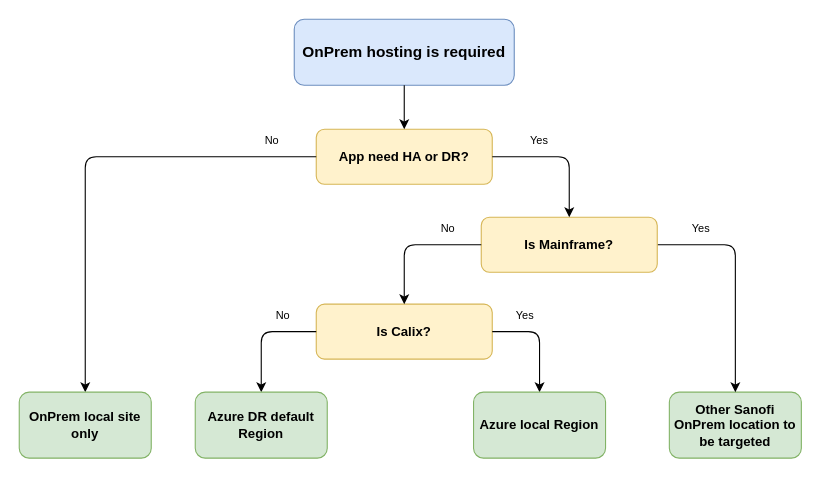
Above: page "ADC" (3 of 3) of DR-DecisionTree.drawio in anthonygea/mycv (draw.io), before the change. Source tidied: cells renumbered, new cells numbered last; positions are measured from the earlier drawing's top-left corner, leaving out a move shared by most shapes. Both pictures are drawn from the tidied source at 110%, with x=0, y=0 at pixel (19, 19).
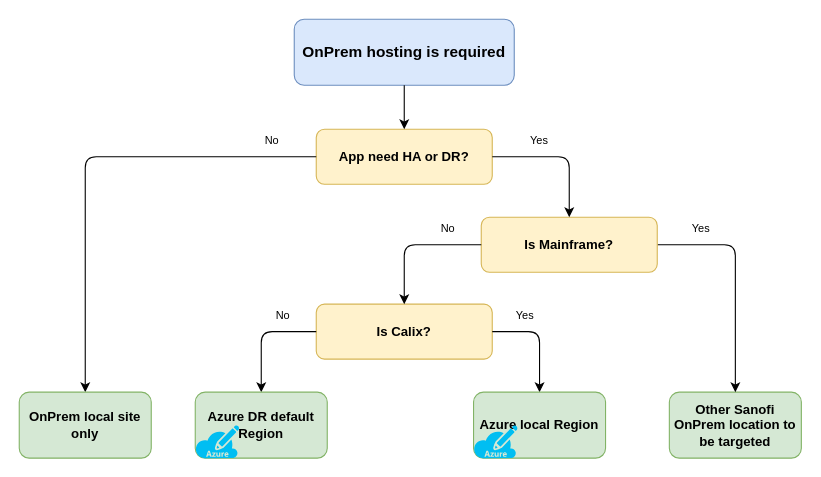
Above is the later version.

Diff of the diagram source:
```diff
@@
+    <mxCell id="23" style="verticalLabelPosition=bottom;html=1;verticalAlign=top;align=center;strokeColor=none;fillColor=#00BEF2;shape=mxgraph.azure.azure_subscription;" parent="1" vertex="1">
+      <mxGeometry x="160" y="369" width="40" height="30" as="geometry" />
+    </mxCell>
+    <mxCell id="24" style="verticalLabelPosition=bottom;html=1;verticalAlign=top;align=center;strokeColor=none;fillColor=#00BEF2;shape=mxgraph.azure.azure_subscription;" parent="1" vertex="1">
+      <mxGeometry x="413" y="369" width="40" height="30" as="geometry" />
+    </mxCell>
```
